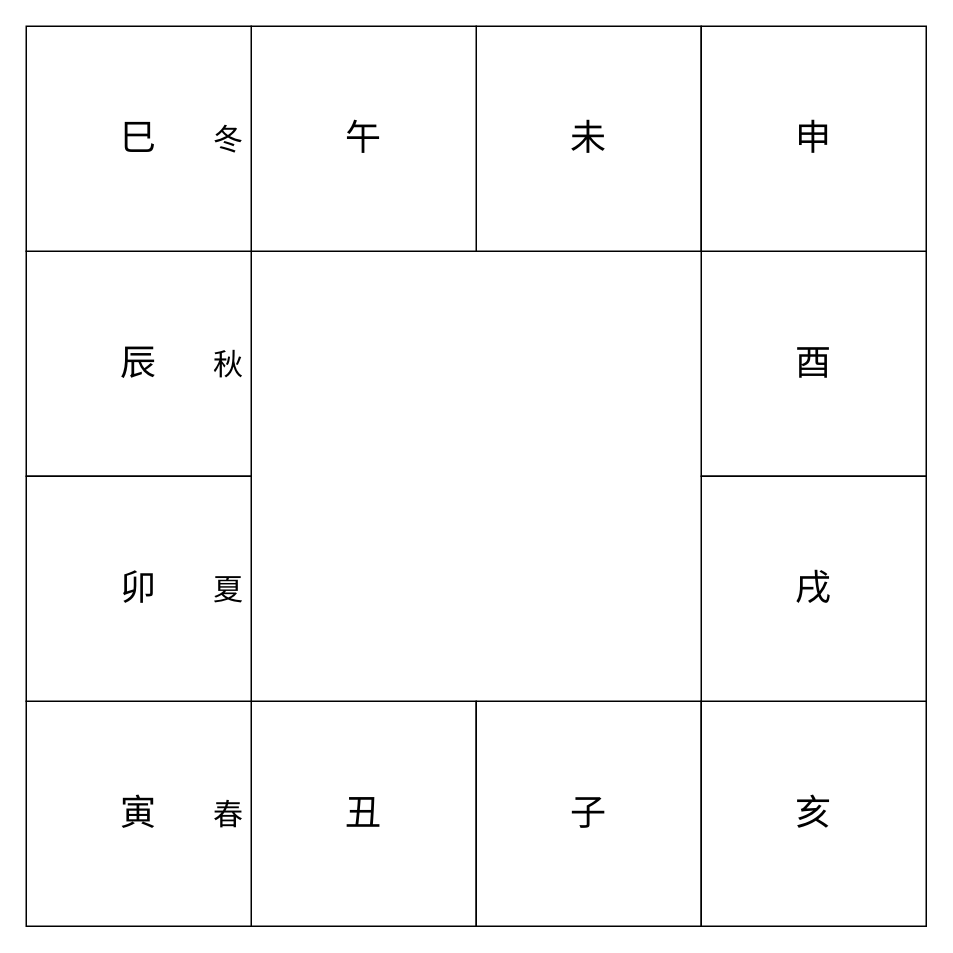
Before: 十二宮.drawio in Hunter-Lam/resources, a draw.io diagram. Source tidied: cells renumbered, new cells numbered last; positions are measured from the earlier drawing's top-left corner, leaving out a move shared by most shapes. Both pictures are drawn from the tidied source at 150%, with x=0, y=0 at pixel (26, 26).
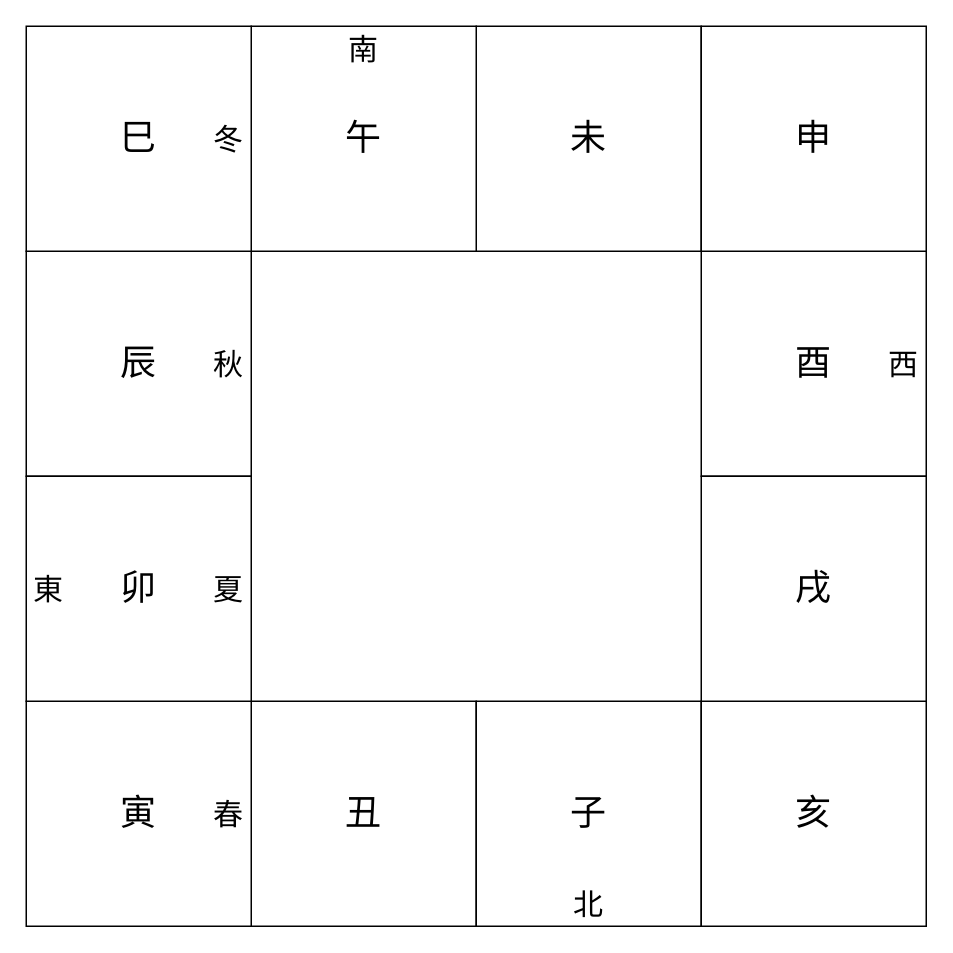
After the change.

What changed in the source:
```diff
@@
+    <mxCell id="18" value="&lt;span style=&quot;font-size: 20px;&quot;&gt;北&lt;/span&gt;" style="text;html=1;align=center;verticalAlign=middle;whiteSpace=wrap;rounded=0;" parent="1" vertex="1">
+      <mxGeometry x="360" y="570" width="30" height="30" as="geometry" />
+    </mxCell>
+    <mxCell id="19" value="&lt;span style=&quot;font-size: 20px;&quot;&gt;南&lt;/span&gt;" style="text;html=1;align=center;verticalAlign=middle;whiteSpace=wrap;rounded=0;" parent="1" vertex="1">
+      <mxGeometry x="210" width="30" height="30" as="geometry" />
+    </mxCell>
+    <mxCell id="20" value="&lt;span style=&quot;font-size: 20px;&quot;&gt;東&lt;/span&gt;" style="text;html=1;align=center;verticalAlign=middle;whiteSpace=wrap;rounded=0;" parent="1" vertex="1">
+      <mxGeometry y="360" width="30" height="30" as="geometry" />
+    </mxCell>
+    <mxCell id="21" value="&lt;span style=&quot;font-size: 20px;&quot;&gt;西&lt;/span&gt;" style="text;html=1;align=center;verticalAlign=middle;whiteSpace=wrap;rounded=0;" parent="1" vertex="1">
+      <mxGeometry x="570" y="210" width="30" height="30" as="geometry" />
+    </mxCell>
```
